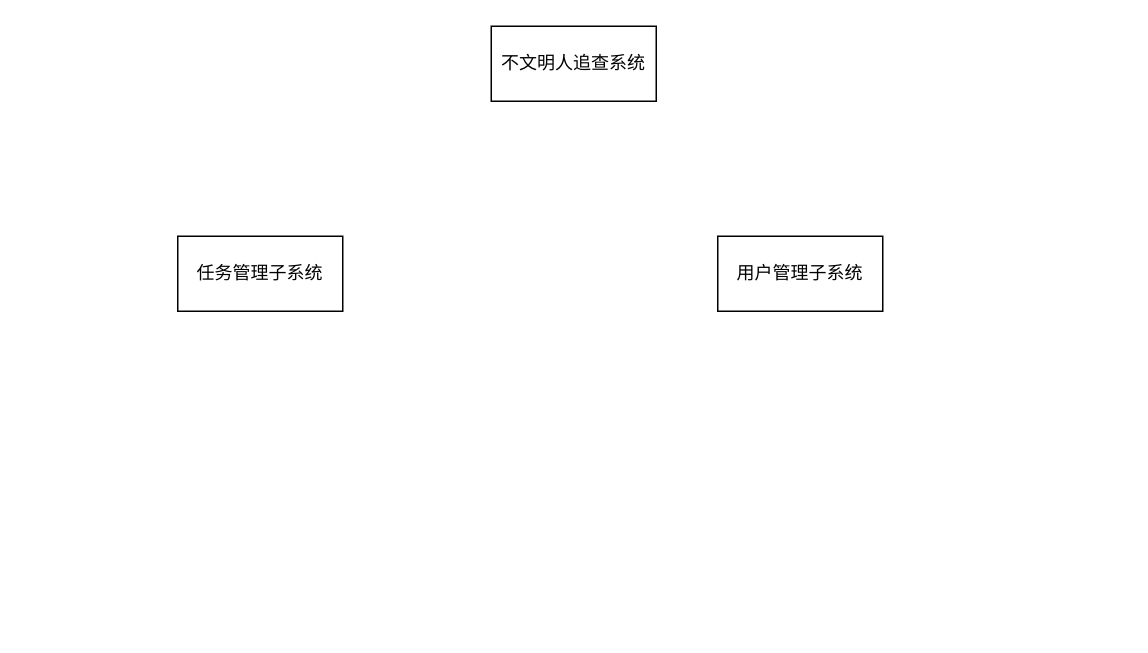
Before: 系统框架.drawio in SSSSiren/Photos, a draw.io diagram. Source tidied: cells renumbered, new cells numbered last; positions are measured from the earlier drawing's top-left corner, leaving out a move shared by most shapes. Both pictures are drawn from the tidied source at 150%, with x=0, y=0 at pixel (177, 26).
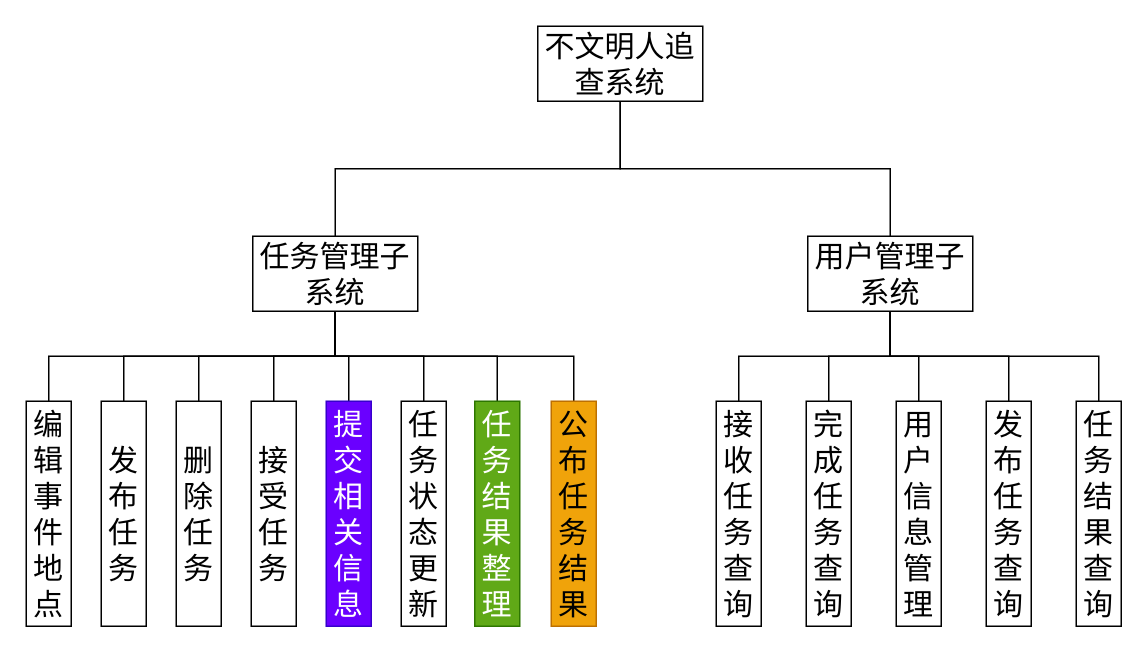
Above is the later version.

Commit message (it also covers changes not shown here):
更新系统框架.drawio

The edit, as a diff of the source:
```diff
@@
+    <mxCell id="5" style="edgeStyle=orthogonalEdgeStyle;rounded=0;jettySize=auto;html=1;exitX=0.5;exitY=1;exitDx=0;exitDy=0;entryX=0.5;entryY=0;entryDx=0;entryDy=0;endArrow=none;endFill=0;fontSize=20;" parent="1" edge="1" source="2" target="4">
+      <mxGeometry relative="1" as="geometry" />
+    </mxCell>
+    <mxCell id="6" style="edgeStyle=orthogonalEdgeStyle;rounded=0;jettySize=auto;html=1;entryX=0.5;entryY=0;entryDx=0;entryDy=0;exitX=0.5;exitY=1;exitDx=0;exitDy=0;endArrow=none;endFill=0;fontSize=20;" parent="1" edge="1" source="2" target="3">
+      <mxGeometry relative="1" as="geometry" />
+    </mxCell>
-    <mxCell id="2" value="不文明人追查系统" style="html=1;whiteSpace=wrap;" parent="1" vertex="1">
-      <mxGeometry x="209" width="110" height="50" as="geometry" />
+    <mxCell id="2" value="不文明人追查系统" style="html=1;whiteSpace=wrap;fontSize=20;" parent="1" vertex="1">
+      <mxGeometry x="240" width="110" height="50" as="geometry" />
     </mxCell>
+    <mxCell id="7" style="edgeStyle=orthogonalEdgeStyle;rounded=0;jettySize=auto;html=1;entryX=0.5;entryY=0;entryDx=0;entryDy=0;exitX=0.5;exitY=1;exitDx=0;exitDy=0;endArrow=none;endFill=0;fontSize=20;" parent="1" edge="1" source="3" target="20">
+      <mxGeometry relative="1" as="geometry" />
+    </mxCell>
+    <mxCell id="8" style="edgeStyle=orthogonalEdgeStyle;rounded=0;jettySize=auto;html=1;exitX=0.5;exitY=1;exitDx=0;exitDy=0;endArrow=none;endFill=0;fontSize=20;" parent="1" edge="1" source="3" target="21">
+      <mxGeometry relative="1" as="geometry" />
+    </mxCell>
+    <mxCell id="9" style="edgeStyle=orthogonalEdgeStyle;rounded=0;jettySize=auto;html=1;exitX=0.5;exitY=1;exitDx=0;exitDy=0;entryX=0.5;entryY=0;entryDx=0;entryDy=0;endArrow=none;endFill=0;fontSize=20;" parent="1" edge="1" source="3" target="32">
+      <mxGeometry relative="1" as="geometry" />
+    </mxCell>
+    <mxCell id="10" style="edgeStyle=orthogonalEdgeStyle;rounded=0;jettySize=auto;html=1;exitX=0.5;exitY=1;exitDx=0;exitDy=0;entryX=0.5;entryY=0;entryDx=0;entryDy=0;endArrow=none;endFill=0;fontSize=20;" parent="1" edge="1" source="3" target="22">
+      <mxGeometry relative="1" as="geometry" />
+    </mxCell>
+    <mxCell id="11" style="edgeStyle=orthogonalEdgeStyle;rounded=0;jettySize=auto;html=1;exitX=0.5;exitY=1;exitDx=0;exitDy=0;entryX=0.5;entryY=0;entryDx=0;entryDy=0;endArrow=none;endFill=0;fontSize=20;" parent="1" edge="1" source="3" target="23">
+      <mxGeometry relative="1" as="geometry" />
+    </mxCell>
+    <mxCell id="12" style="edgeStyle=orthogonalEdgeStyle;rounded=0;jettySize=auto;html=1;exitX=0.5;exitY=1;exitDx=0;exitDy=0;entryX=0.5;entryY=0;entryDx=0;entryDy=0;endArrow=none;endFill=0;fontSize=20;" parent="1" edge="1" source="3" target="24">
+      <mxGeometry relative="1" as="geometry" />
+    </mxCell>
+    <mxCell id="13" style="edgeStyle=orthogonalEdgeStyle;rounded=0;jettySize=auto;html=1;exitX=0.5;exitY=1;exitDx=0;exitDy=0;entryX=0.5;entryY=0;entryDx=0;entryDy=0;endArrow=none;endFill=0;fontSize=20;" parent="1" edge="1" source="3" target="25">
+      <mxGeometry relative="1" as="geometry" />
+    </mxCell>
+    <mxCell id="14" style="edgeStyle=orthogonalEdgeStyle;rounded=0;jettySize=auto;html=1;exitX=0.5;exitY=1;exitDx=0;exitDy=0;entryX=0.5;entryY=0;entryDx=0;entryDy=0;endArrow=none;endFill=0;fontSize=20;" parent="1" edge="1" source="3" target="26">
+      <mxGeometry relative="1" as="geometry" />
+    </mxCell>
-    <mxCell id="3" value="任务管理子系统" style="html=1;whiteSpace=wrap;" parent="1" vertex="1">
-      <mxGeometry y="140" width="110" height="50" as="geometry" />
+    <mxCell id="3" value="任务管理子系统" style="html=1;whiteSpace=wrap;fontSize=20;" parent="1" vertex="1">
+      <mxGeometry x="50" y="140" width="110" height="50" as="geometry" />
     </mxCell>
+    <mxCell id="15" style="edgeStyle=orthogonalEdgeStyle;rounded=0;jettySize=auto;html=1;exitX=0.5;exitY=1;exitDx=0;exitDy=0;entryX=0.5;entryY=0;entryDx=0;entryDy=0;endArrow=none;endFill=0;fontSize=20;" parent="1" edge="1" source="4" target="27">
+      <mxGeometry relative="1" as="geometry" />
+    </mxCell>
+    <mxCell id="16" style="edgeStyle=orthogonalEdgeStyle;rounded=0;jettySize=auto;html=1;exitX=0.5;exitY=1;exitDx=0;exitDy=0;endArrow=none;endFill=0;fontSize=20;" parent="1" edge="1" source="4" target="28">
+      <mxGeometry relative="1" as="geometry" />
+    </mxCell>
+    <mxCell id="17" style="edgeStyle=orthogonalEdgeStyle;rounded=0;jettySize=auto;html=1;exitX=0.5;exitY=1;exitDx=0;exitDy=0;entryX=0.5;entryY=0;entryDx=0;entryDy=0;endArrow=none;endFill=0;fontSize=20;" parent="1" edge="1" source="4" target="29">
+      <mxGeometry relative="1" as="geometry" />
+    </mxCell>
+    <mxCell id="18" style="edgeStyle=orthogonalEdgeStyle;rounded=0;jettySize=auto;html=1;exitX=0.5;exitY=1;exitDx=0;exitDy=0;entryX=0.5;entryY=0;entryDx=0;entryDy=0;endArrow=none;endFill=0;fontSize=20;" parent="1" edge="1" source="4" target="30">
+      <mxGeometry relative="1" as="geometry" />
+    </mxCell>
+    <mxCell id="19" style="edgeStyle=orthogonalEdgeStyle;rounded=0;jettySize=auto;html=1;exitX=0.5;exitY=1;exitDx=0;exitDy=0;entryX=0.5;entryY=0;entryDx=0;entryDy=0;endArrow=none;endFill=0;fontSize=20;" parent="1" edge="1" source="4" target="31">
+      <mxGeometry relative="1" as="geometry" />
+    </mxCell>
-    <mxCell id="4" value="用户管理子系统" style="html=1;whiteSpace=wrap;" parent="1" vertex="1">
-      <mxGeometry x="360" y="140" width="110" height="50" as="geometry" />
+    <mxCell id="4" value="用户管理子系统" style="html=1;whiteSpace=wrap;fontSize=20;" parent="1" vertex="1">
+      <mxGeometry x="420" y="140" width="110" height="50" as="geometry" />
     </mxCell>
+    <mxCell id="20" value="编辑事件地点" style="html=1;whiteSpace=wrap;fontSize=20;" parent="1" vertex="1">
+      <mxGeometry x="-101" y="250" width="30" height="150" as="geometry" />
+    </mxCell>
+    <mxCell id="21" value="发布任务" style="html=1;whiteSpace=wrap;fontSize=20;" parent="1" vertex="1">
+      <mxGeometry x="-51" y="250" width="30" height="150" as="geometry" />
+    </mxCell>
+    <mxCell id="22" value="接受任务" style="html=1;whiteSpace=wrap;fontSize=20;" parent="1" vertex="1">
+      <mxGeometry x="49" y="250" width="30" height="150" as="geometry" />
+    </mxCell>
+    <mxCell id="23" value="提交相关信息" style="html=1;whiteSpace=wrap;fontSize=20;fillColor=#6a00ff;fontColor=#ffffff;strokeColor=#3700CC;" parent="1" vertex="1">
+      <mxGeometry x="99" y="250" width="30" height="150" as="geometry" />
+    </mxCell>
+    <mxCell id="24" value="任务状态更新" style="html=1;whiteSpace=wrap;fontSize=20;" parent="1" vertex="1">
+      <mxGeometry x="149" y="250" width="30" height="150" as="geometry" />
+    </mxCell>
+    <mxCell id="25" value="任务结果整理" style="html=1;whiteSpace=wrap;fontSize=20;fillColor=#60a917;fontColor=#ffffff;strokeColor=#2D7600;" parent="1" vertex="1">
+      <mxGeometry x="198" y="250" width="30" height="150" as="geometry" />
+    </mxCell>
+    <mxCell id="26" value="公布任务结果" style="html=1;whiteSpace=wrap;fontSize=20;fillColor=#f0a30a;fontColor=#000000;strokeColor=#BD7000;" parent="1" vertex="1">
+      <mxGeometry x="249" y="250" width="30" height="150" as="geometry" />
+    </mxCell>
+    <mxCell id="27" value="接收任务查询" style="html=1;whiteSpace=wrap;fontSize=20;" parent="1" vertex="1">
+      <mxGeometry x="359" y="250" width="30" height="150" as="geometry" />
+    </mxCell>
+    <mxCell id="28" value="完成任务查询" style="html=1;whiteSpace=wrap;fontSize=20;" parent="1" vertex="1">
+      <mxGeometry x="419" y="250" width="30" height="150" as="geometry" />
+    </mxCell>
+    <mxCell id="29" value="用户信息管理" style="html=1;whiteSpace=wrap;fontSize=20;" parent="1" vertex="1">
+      <mxGeometry x="479" y="250" width="30" height="150" as="geometry" />
+    </mxCell>
+    <mxCell id="30" value="发布任务查询" style="html=1;whiteSpace=wrap;fontSize=20;" parent="1" vertex="1">
+      <mxGeometry x="539" y="250" width="30" height="150" as="geometry" />
+    </mxCell>
+    <mxCell id="31" value="任务结果查询" style="html=1;whiteSpace=wrap;fontSize=20;" parent="1" vertex="1">
+      <mxGeometry x="599" y="250" width="30" height="150" as="geometry" />
+    </mxCell>
+    <mxCell id="32" value="删除任务" style="html=1;whiteSpace=wrap;fontSize=20;" parent="1" vertex="1">
+      <mxGeometry x="-1" y="250" width="30" height="150" as="geometry" />
+    </mxCell>
```
